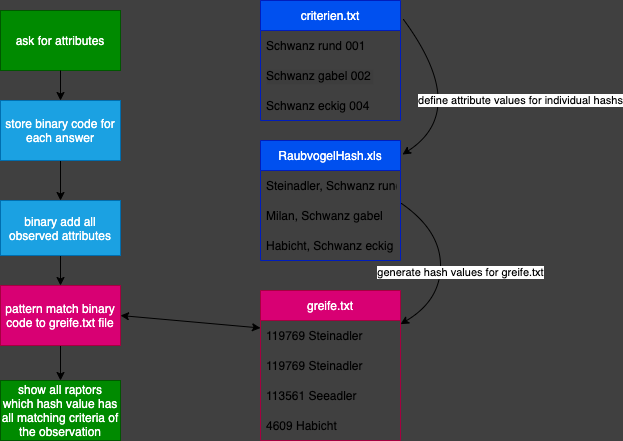
Above: Greifvogel.png in OliverGebert/Greifvogel (draw.io), before the change. Source tidied: cells renumbered, new cells last; positions are measured from the earlier drawing's top-left corner, leaving out a move shared by most shapes. Its diagram source:
```xml
<mxGraphModel background="#404040">
  <root>
    <mxCell id="0" />
    <mxCell id="1" parent="0" />
    <mxCell id="2" value="ask for attributes" style="rounded=0;whiteSpace=wrap;html=1;fillColor=#008a00;fontColor=#ffffff;strokeColor=#005700;" parent="1" vertex="1">
      <mxGeometry y="10" width="120" height="60" as="geometry" />
    </mxCell>
    <mxCell id="3" value="criterien.txt" style="swimlane;fontStyle=0;horizontal=1;startSize=30;fillColor=#0050ef;fontColor=#ffffff;strokeColor=#001DBC;" parent="1" vertex="1">
      <mxGeometry x="260" width="140" height="120" as="geometry" />
    </mxCell>
    <mxCell id="4" value="Schwanz rund 001" style="text;strokeColor=none;fillColor=none;align=left;verticalAlign=middle;spacingLeft=4;spacingRight=4;overflow=hidden;" parent="3" vertex="1">
      <mxGeometry y="30" width="140" height="30" as="geometry" />
    </mxCell>
    <mxCell id="5" value="Schwanz gabel 002" style="text;strokeColor=none;fillColor=none;align=left;verticalAlign=middle;spacingLeft=4;spacingRight=4;overflow=hidden;labelBackgroundColor=#3D3D3D;" parent="3" vertex="1">
      <mxGeometry y="60" width="140" height="30" as="geometry" />
    </mxCell>
    <mxCell id="6" value="Schwanz eckig 004" style="text;strokeColor=none;fillColor=none;align=left;verticalAlign=middle;spacingLeft=4;spacingRight=4;overflow=hidden;" parent="3" vertex="1">
      <mxGeometry y="90" width="140" height="30" as="geometry" />
    </mxCell>
    <mxCell id="7" value="greife.txt" style="swimlane;fontStyle=0;horizontal=1;startSize=30;fillColor=#d80073;fontColor=#ffffff;strokeColor=#A50040;" parent="1" vertex="1">
      <mxGeometry x="260" y="290" width="140" height="150" as="geometry" />
    </mxCell>
    <mxCell id="8" value="119769 Steinadler" style="text;strokeColor=none;fillColor=none;align=left;verticalAlign=middle;spacingLeft=4;spacingRight=4;overflow=hidden;" parent="7" vertex="1">
      <mxGeometry y="30" width="140" height="30" as="geometry" />
    </mxCell>
    <mxCell id="9" value="119769 Steinadler" style="text;strokeColor=none;fillColor=none;align=left;verticalAlign=middle;spacingLeft=4;spacingRight=4;overflow=hidden;" parent="7" vertex="1">
      <mxGeometry y="60" width="140" height="30" as="geometry" />
    </mxCell>
    <mxCell id="10" value="113561 Seeadler" style="text;strokeColor=none;fillColor=none;align=left;verticalAlign=middle;spacingLeft=4;spacingRight=4;overflow=hidden;" parent="7" vertex="1">
      <mxGeometry y="90" width="140" height="30" as="geometry" />
    </mxCell>
    <mxCell id="11" value="4609 Habicht" style="text;strokeColor=none;fillColor=none;align=left;verticalAlign=middle;spacingLeft=4;spacingRight=4;overflow=hidden;" parent="7" vertex="1">
      <mxGeometry y="120" width="140" height="30" as="geometry" />
    </mxCell>
    <mxCell id="12" value="RaubvogelHash.xls" style="swimlane;fontStyle=0;horizontal=1;startSize=30;fillColor=#0050ef;fontColor=#ffffff;strokeColor=#001DBC;" parent="1" vertex="1">
      <mxGeometry x="260" y="140" width="140" height="120" as="geometry" />
    </mxCell>
    <mxCell id="13" value="Steinadler, Schwanz rund" style="text;strokeColor=none;fillColor=none;align=left;verticalAlign=middle;spacingLeft=4;spacingRight=4;overflow=hidden;points=[[0,0.5],[1,0.5]];portConstraint=eastwest;" parent="12" vertex="1">
      <mxGeometry y="30" width="140" height="30" as="geometry" />
    </mxCell>
    <mxCell id="14" value="Milan, Schwanz gabel" style="text;strokeColor=none;fillColor=none;align=left;verticalAlign=middle;spacingLeft=4;spacingRight=4;overflow=hidden;" parent="12" vertex="1">
      <mxGeometry y="60" width="140" height="30" as="geometry" />
    </mxCell>
    <mxCell id="15" value="Habicht, Schwanz eckig" style="text;strokeColor=none;fillColor=none;align=left;verticalAlign=middle;spacingLeft=4;spacingRight=4;overflow=hidden;" parent="12" vertex="1">
      <mxGeometry y="90" width="140" height="30" as="geometry" />
    </mxCell>
    <mxCell id="16" value="generate hash values for greife.txt" style="curved=1;endArrow=classic;html=1;exitX=1.007;exitY=1.1;exitDx=0;exitDy=0;exitPerimeter=0;" parent="1" edge="1" source="13" target="7">
      <mxGeometry x="0.08" y="20" relative="1" as="geometry">
        <Array as="points">
          <mxPoint x="440" y="230" />
          <mxPoint x="440" y="300" />
        </Array>
      </mxGeometry>
    </mxCell>
    <mxCell id="17" value="define attribute values for individual hashs" style="curved=1;endArrow=classic;html=1;exitX=1.021;exitY=0.158;exitDx=0;exitDy=0;exitPerimeter=0;entryX=1.014;entryY=0.117;entryDx=0;entryDy=0;entryPerimeter=0;" parent="1" edge="1" source="3" target="12">
      <mxGeometry x="0.17" y="51" relative="1" as="geometry">
        <Array as="points">
          <mxPoint x="470" y="110" />
        </Array>
        <mxPoint x="22" y="-53" as="offset" />
      </mxGeometry>
    </mxCell>
    <mxCell id="18" style="edgeStyle=none;html=1;" parent="1" edge="1" source="19" target="21">
      <mxGeometry relative="1" as="geometry" />
    </mxCell>
    <mxCell id="19" value="store binary code for each answer" style="rounded=0;whiteSpace=wrap;html=1;fillColor=#1ba1e2;fontColor=#ffffff;strokeColor=#006EAF;" parent="1" vertex="1">
      <mxGeometry y="100" width="120" height="60" as="geometry" />
    </mxCell>
    <mxCell id="20" style="edgeStyle=none;html=1;" parent="1" edge="1" source="21" target="23">
      <mxGeometry relative="1" as="geometry" />
    </mxCell>
    <mxCell id="21" value="binary add all observed attributes" style="rounded=0;whiteSpace=wrap;html=1;fillColor=#1ba1e2;fontColor=#ffffff;strokeColor=#006EAF;" parent="1" vertex="1">
      <mxGeometry y="200" width="120" height="55" as="geometry" />
    </mxCell>
    <mxCell id="22" style="edgeStyle=none;html=1;" parent="1" edge="1" source="23" target="24">
      <mxGeometry relative="1" as="geometry" />
    </mxCell>
    <mxCell id="23" value="pattern match binary code to greife.txt file" style="rounded=0;whiteSpace=wrap;html=1;fillColor=#d80073;fontColor=#ffffff;strokeColor=#A50040;" parent="1" vertex="1">
      <mxGeometry y="285" width="120" height="60" as="geometry" />
    </mxCell>
    <mxCell id="24" value="show all raptors which hash value has all matching criteria of the observation" style="rounded=0;whiteSpace=wrap;html=1;fillColor=#008a00;fontColor=#ffffff;strokeColor=#005700;" parent="1" vertex="1">
      <mxGeometry y="380" width="120" height="60" as="geometry" />
    </mxCell>
    <mxCell id="25" style="endArrow=classic;html=1;exitX=0.5;exitY=1;exitDx=0;exitDy=0;entryX=0.5;entryY=0;entryDx=0;entryDy=0;" parent="1" edge="1" source="2" target="19">
      <mxGeometry relative="1" as="geometry" />
    </mxCell>
    <mxCell id="26" style="endArrow=classic;startArrow=classic;html=1;entryX=0;entryY=0.25;entryDx=0;entryDy=0;exitX=1;exitY=0.5;exitDx=0;exitDy=0;" parent="1" edge="1" source="23" target="7">
      <mxGeometry relative="1" as="geometry" />
    </mxCell>
  </root>
</mxGraphModel>
```
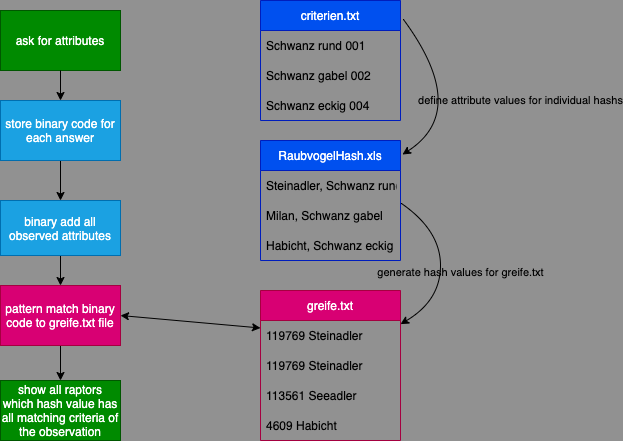
The same file after the commit.

What changed in the source:
```diff
@@ -1,4 +1,4 @@
-<mxGraphModel background="#404040">
+<mxGraphModel background="#919191">
   <root>
     <mxCell id="0" />
     <mxCell id="1" parent="0" />
@@ -11,7 +11,7 @@
     <mxCell id="4" value="Schwanz rund 001" style="text;strokeColor=none;fillColor=none;align=left;verticalAlign=middle;spacingLeft=4;spacingRight=4;overflow=hidden;" parent="3" vertex="1">
       <mxGeometry y="30" width="140" height="30" as="geometry" />
     </mxCell>
-    <mxCell id="5" value="Schwanz gabel 002" style="text;strokeColor=none;fillColor=none;align=left;verticalAlign=middle;spacingLeft=4;spacingRight=4;overflow=hidden;labelBackgroundColor=#3D3D3D;" parent="3" vertex="1">
+    <mxCell id="5" value="Schwanz gabel 002" style="text;strokeColor=none;fillColor=none;align=left;verticalAlign=middle;spacingLeft=4;spacingRight=4;overflow=hidden;labelBackgroundColor=none;" parent="3" vertex="1">
       <mxGeometry y="60" width="140" height="30" as="geometry" />
     </mxCell>
     <mxCell id="6" value="Schwanz eckig 004" style="text;strokeColor=none;fillColor=none;align=left;verticalAlign=middle;spacingLeft=4;spacingRight=4;overflow=hidden;" parent="3" vertex="1">
@@ -44,7 +44,7 @@
     <mxCell id="15" value="Habicht, Schwanz eckig" style="text;strokeColor=none;fillColor=none;align=left;verticalAlign=middle;spacingLeft=4;spacingRight=4;overflow=hidden;" parent="12" vertex="1">
       <mxGeometry y="90" width="140" height="30" as="geometry" />
     </mxCell>
-    <mxCell id="16" value="generate hash values for greife.txt" style="curved=1;endArrow=classic;html=1;exitX=1.007;exitY=1.1;exitDx=0;exitDy=0;exitPerimeter=0;" parent="1" edge="1" source="13" target="7">
+    <mxCell id="16" value="generate hash values for greife.txt" style="curved=1;endArrow=classic;html=1;exitX=1.007;exitY=1.1;exitDx=0;exitDy=0;exitPerimeter=0;labelBackgroundColor=none;" parent="1" edge="1" source="13" target="7">
       <mxGeometry x="0.08" y="20" relative="1" as="geometry">
         <Array as="points">
           <mxPoint x="440" y="230" />
@@ -52,7 +52,7 @@
         </Array>
       </mxGeometry>
     </mxCell>
-    <mxCell id="17" value="define attribute values for individual hashs" style="curved=1;endArrow=classic;html=1;exitX=1.021;exitY=0.158;exitDx=0;exitDy=0;exitPerimeter=0;entryX=1.014;entryY=0.117;entryDx=0;entryDy=0;entryPerimeter=0;" parent="1" edge="1" source="3" target="12">
+    <mxCell id="17" value="define attribute values for individual hashs" style="curved=1;endArrow=classic;html=1;exitX=1.021;exitY=0.158;exitDx=0;exitDy=0;exitPerimeter=0;entryX=1.014;entryY=0.117;entryDx=0;entryDy=0;entryPerimeter=0;labelBackgroundColor=none;" parent="1" edge="1" source="3" target="12">
       <mxGeometry x="0.17" y="51" relative="1" as="geometry">
         <Array as="points">
           <mxPoint x="470" y="110" />
```
